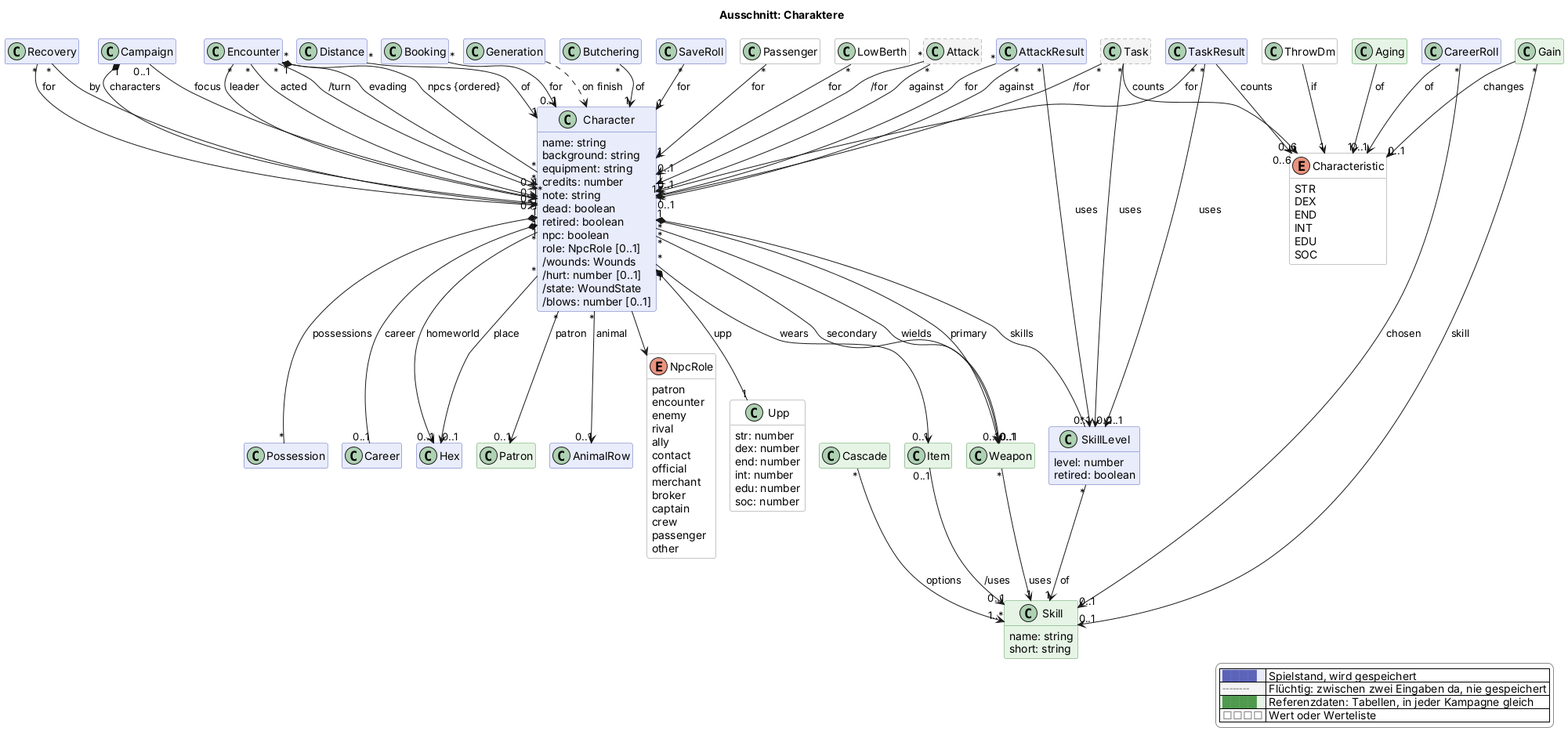
scuzzar/SRE keeps this PlantUML diagram as docs/views/charakter.png. Above is the earlier version.
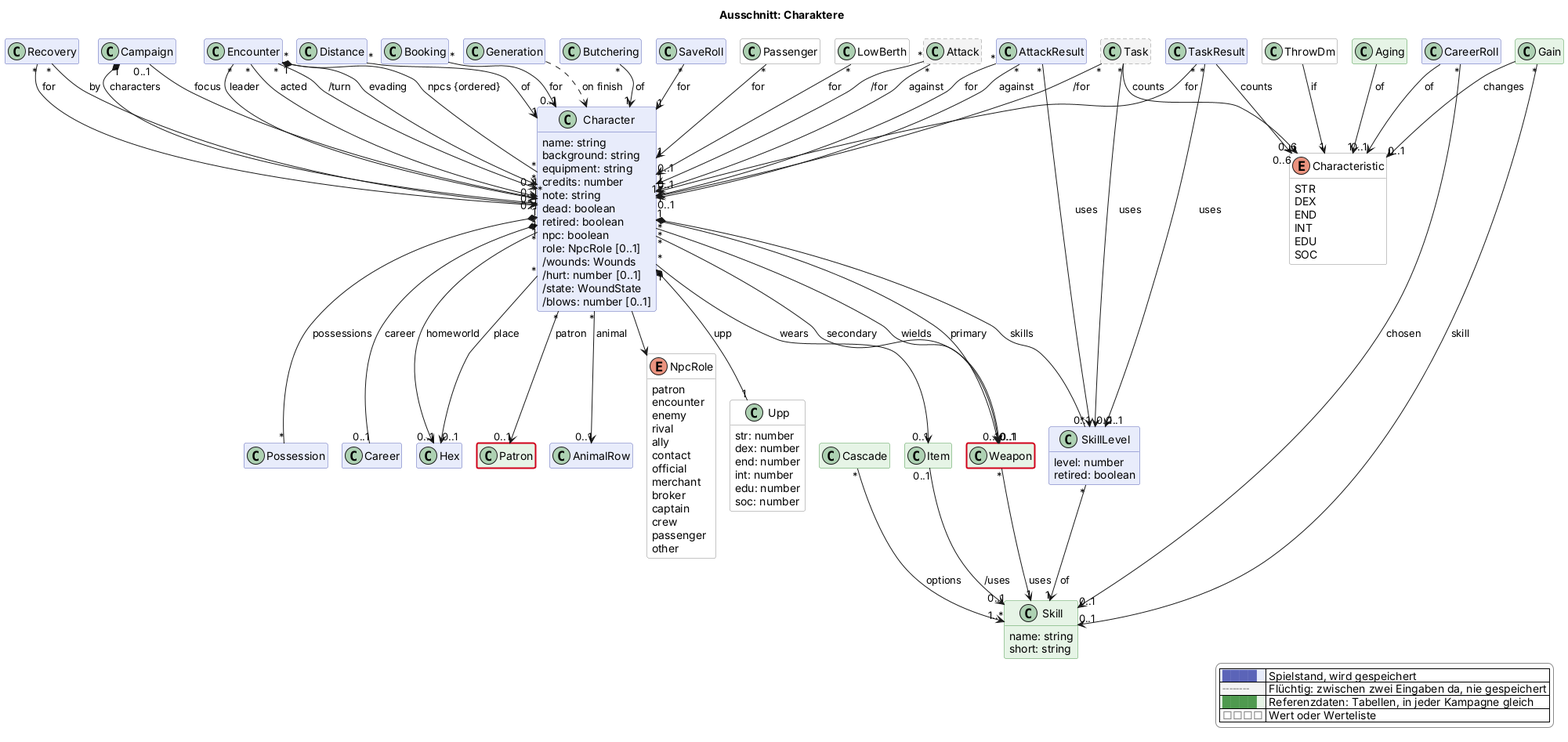
Above is the later version.

What changed in the source:
```diff
@@ -222,4 +222,6 @@
   |<#e6f4e6> <color:#4f9a4f>████</color> | Referenzdaten: Tabellen, in jeder Kampagne gleich |
   |<#ffffff> <color:#8a8a8a>□□□□</color> | Wert oder Werteliste |
 endlegend
+class Patron #line:d0021b;line.bold
+class Weapon #line:d0021b;line.bold
 @enduml
```
